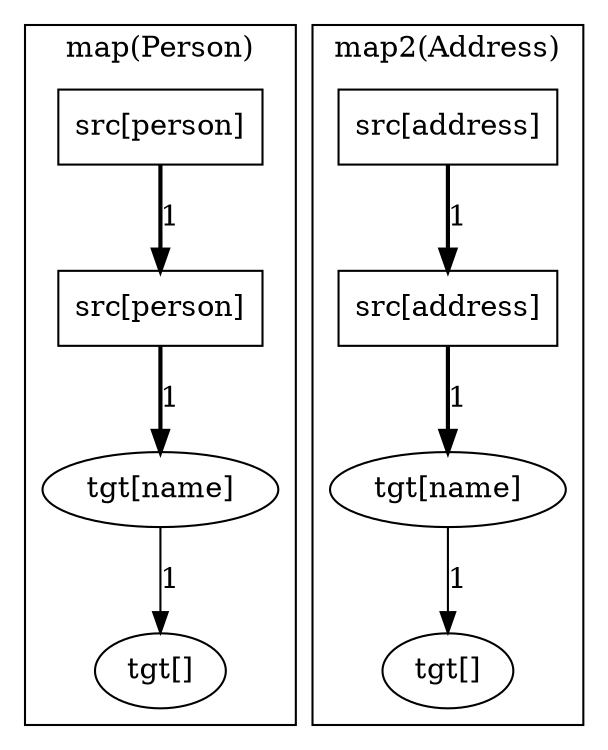
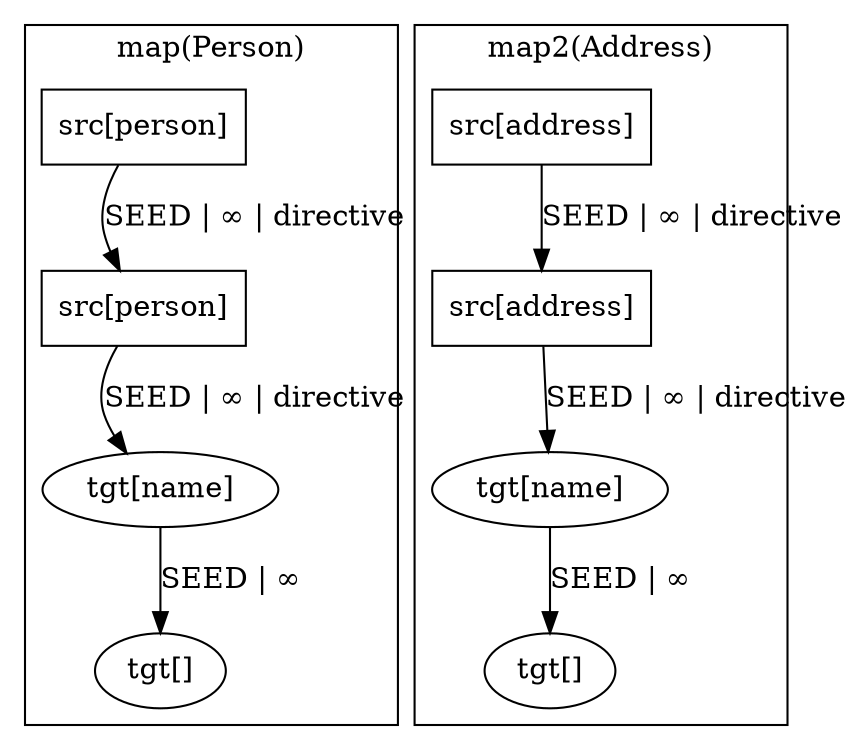
digraph "com.example.TwoMethodMapper" {
  subgraph "cluster_map(Person)" {
    label="map(Person)";
-     "map(Person)::src[person]::Person" [label="src[person]", shape=box];
-     "map(Person)::src[person]::?" [label="src[person]", shape=box];
-     "map(Person)::tgt[]::Human" [label="tgt[]", shape=oval];
-     "map(Person)::tgt[name]::?" [label="tgt[name]", shape=oval];
+     "map(Person)::src[person]::Person" [label="src[person]", shape="box"];
+     "map(Person)::src[person]::?" [label="src[person]", shape="box"];
+     "map(Person)::tgt[]::Human" [label="tgt[]", shape="oval"];
+     "map(Person)::tgt[name]::?" [label="tgt[name]", shape="oval"];
  }
  subgraph "cluster_map2(Address)" {
    label="map2(Address)";
-     "map2(Address)::src[address]::Address" [label="src[address]", shape=box];
-     "map2(Address)::src[address]::?" [label="src[address]", shape=box];
-     "map2(Address)::tgt[]::Address" [label="tgt[]", shape=oval];
-     "map2(Address)::tgt[name]::?" [label="tgt[name]", shape=oval];
+     "map2(Address)::src[address]::Address" [label="src[address]", shape="box"];
+     "map2(Address)::src[address]::?" [label="src[address]", shape="box"];
+     "map2(Address)::tgt[]::Address" [label="tgt[]", shape="oval"];
+     "map2(Address)::tgt[name]::?" [label="tgt[name]", shape="oval"];
  }
-     "map(Person)::src[person]::Person" -> "map(Person)::src[person]::?" [label="1", style=bold];
-     "map2(Address)::src[address]::Address" -> "map2(Address)::src[address]::?" [label="1", style=bold];
-     "map(Person)::src[person]::?" -> "map(Person)::tgt[name]::?" [label="1", style=bold];
-     "map2(Address)::src[address]::?" -> "map2(Address)::tgt[name]::?" [label="1", style=bold];
-     "map(Person)::tgt[name]::?" -> "map(Person)::tgt[]::Human" [label="1"];
-     "map2(Address)::tgt[name]::?" -> "map2(Address)::tgt[]::Address" [label="1"];
+     "map(Person)::src[person]::Person" -> "map(Person)::src[person]::?" [label="SEED | ∞ | directive", style="solid"];
+     "map2(Address)::src[address]::Address" -> "map2(Address)::src[address]::?" [label="SEED | ∞ | directive", style="solid"];
+     "map(Person)::src[person]::?" -> "map(Person)::tgt[name]::?" [label="SEED | ∞ | directive", style="solid"];
+     "map2(Address)::src[address]::?" -> "map2(Address)::tgt[name]::?" [label="SEED | ∞ | directive", style="solid"];
+     "map(Person)::tgt[name]::?" -> "map(Person)::tgt[]::Human" [label="SEED | ∞", style="solid"];
+     "map2(Address)::tgt[name]::?" -> "map2(Address)::tgt[]::Address" [label="SEED | ∞", style="solid"];
}
